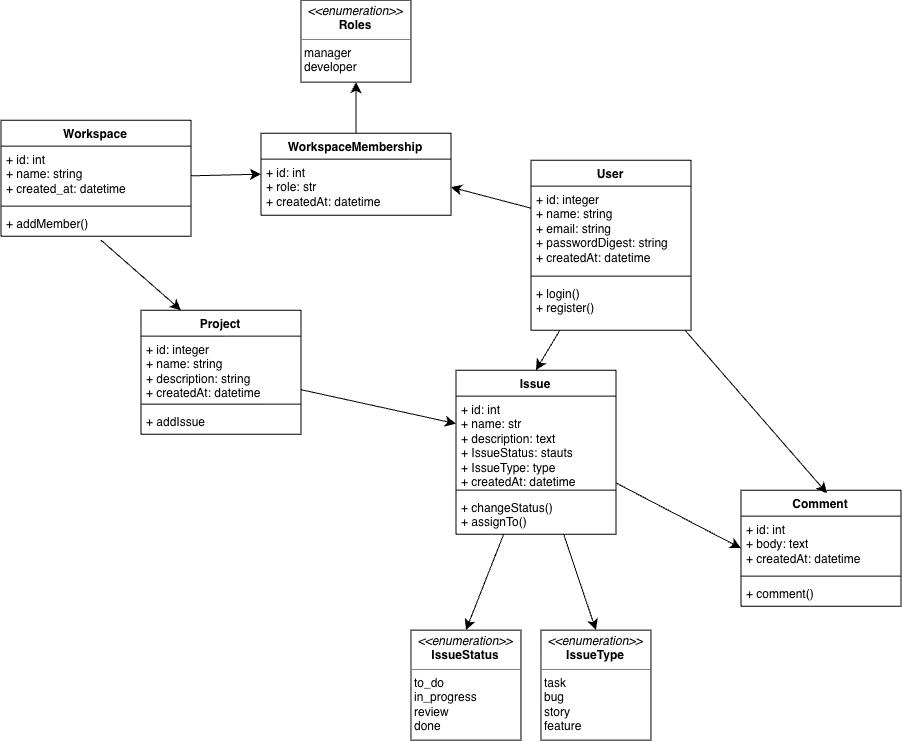
tania-macheieva/jira-like keeps this draw.io diagram as docs/images/class-diagram.png. Above is the earlier version. Source tidied: cells renumbered, new cells last; positions are measured from the earlier drawing's top-left corner, leaving out a move shared by most shapes.
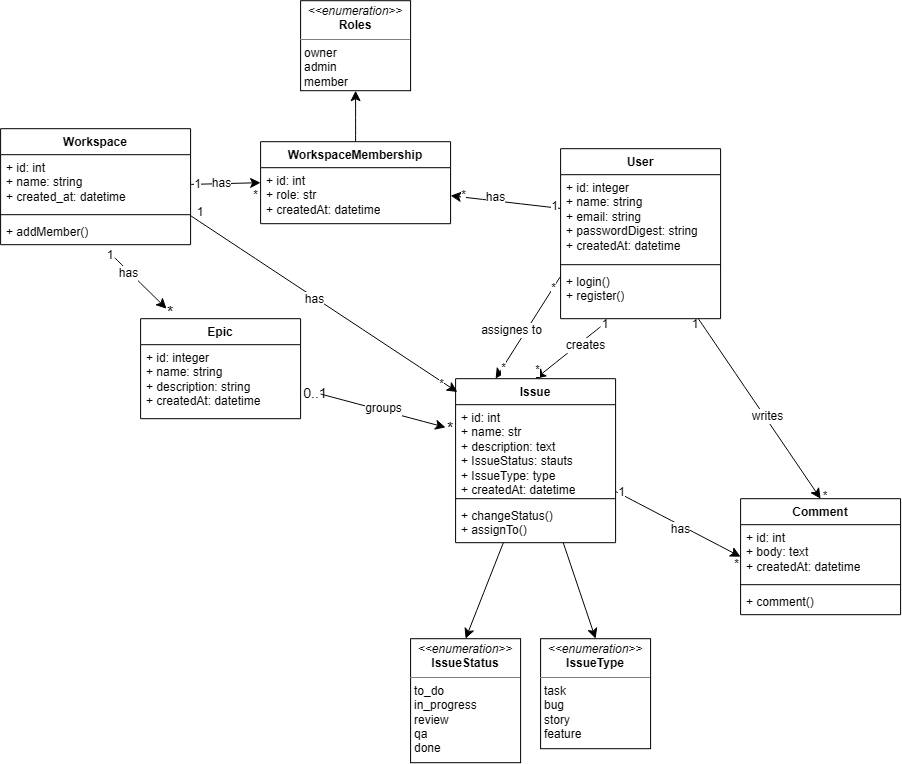
The same diagram one commit later.

What changed in the source:
```diff
@@ -2,20 +2,44 @@
   <root>
     <mxCell id="0" />
     <mxCell id="1" parent="0" />
-    <mxCell id="2" style="edgeStyle=none;curved=1;rounded=0;jettySize=auto;html=1;entryX=0.5;entryY=1;entryDx=0;entryDy=0;fontSize=12;startSize=8;endSize=8;" parent="1" edge="1" source="3" target="25">
-      <mxGeometry relative="1" as="geometry" />
-    </mxCell>
+    <mxCell id="37" style="edgeStyle=none;curved=1;rounded=0;jettySize=auto;html=1;entryX=0.5;entryY=1;entryDx=0;entryDy=0;fontSize=12;startSize=8;endSize=8;" parent="1" edge="1" source="3" target="48">
+      <mxGeometry relative="1" as="geometry" />
+    </mxCell>
     <mxCell id="3" value="WorkspaceMembership" style="swimlane;fontStyle=1;align=center;verticalAlign=top;horizontal=1;startSize=26;whiteSpace=wrap;html=1;" parent="1" vertex="1">
       <mxGeometry x="260" y="133" width="190" height="82" as="geometry" />
     </mxCell>
     <mxCell id="4" value="+ id: int&lt;div&gt;+ role: str&lt;/div&gt;&lt;div&gt;+ createdAt: datetime&lt;/div&gt;" style="text;strokeColor=none;fillColor=none;align=left;verticalAlign=top;spacingLeft=4;spacingRight=4;overflow=hidden;points=[[0,0.5],[1,0.5]];portConstraint=eastwest;whiteSpace=wrap;html=1;" parent="3" vertex="1">
       <mxGeometry y="26" width="190" height="56" as="geometry" />
     </mxCell>
+    <mxCell id="38" style="edgeStyle=none;curved=1;rounded=0;jettySize=auto;html=1;entryX=0.5;entryY=0;entryDx=0;entryDy=0;fontSize=12;startSize=8;endSize=8;" parent="1" edge="1" source="67" target="21">
+      <mxGeometry relative="1" as="geometry" />
+    </mxCell>
+    <mxCell id="39" value="creates" style="edgeLabel;html=1;align=center;verticalAlign=middle;fontSize=12;" parent="38" vertex="1">
+      <mxGeometry x="-0.55" y="1" relative="1" as="geometry">
+        <mxPoint x="-2" y="6" as="offset" />
+      </mxGeometry>
+    </mxCell>
+    <mxCell id="40" value="&lt;font style=&quot;font-size: 11px;&quot;&gt;*&lt;/font&gt;" style="edgeLabel;html=1;align=center;verticalAlign=middle;fontSize=12;" parent="38" vertex="1">
+      <mxGeometry x="0.6" relative="1" as="geometry">
+        <mxPoint x="-11" as="offset" />
+      </mxGeometry>
+    </mxCell>
-    <mxCell id="5" style="edgeStyle=none;curved=1;rounded=0;jettySize=auto;html=1;entryX=0.5;entryY=0;entryDx=0;entryDy=0;fontSize=12;startSize=8;endSize=8;" parent="1" edge="1" source="6" target="21">
+    <mxCell id="5" style="edgeStyle=none;curved=1;rounded=0;jettySize=auto;html=1;exitX=0;exitY=0.75;exitDx=0;exitDy=0;entryX=0.25;entryY=0;entryDx=0;entryDy=0;fontSize=12;startSize=8;endSize=8;" parent="1" edge="1" source="6" target="21">
       <mxGeometry relative="1" as="geometry" />
     </mxCell>
+    <mxCell id="41" value="*" style="edgeLabel;html=1;align=center;verticalAlign=middle;fontSize=12;" parent="5" vertex="1">
+      <mxGeometry x="0.79" relative="1" as="geometry" />
+    </mxCell>
+    <mxCell id="42" value="*" style="edgeLabel;html=1;align=center;verticalAlign=middle;fontSize=12;" parent="5" vertex="1">
+      <mxGeometry x="-0.77" relative="1" as="geometry" />
+    </mxCell>
+    <mxCell id="43" value="assignes to" style="edgeLabel;html=1;align=center;verticalAlign=middle;fontSize=12;" parent="5" vertex="1">
+      <mxGeometry x="-0.14" y="-1" relative="1" as="geometry">
+        <mxPoint x="-21" y="9" as="offset" />
+      </mxGeometry>
+    </mxCell>
     <mxCell id="6" value="User" style="swimlane;fontStyle=1;align=center;verticalAlign=top;horizontal=1;startSize=26;whiteSpace=wrap;html=1;" parent="1" vertex="1">
-      <mxGeometry x="530" y="160" width="160" height="170" as="geometry" />
+      <mxGeometry x="560" y="140" width="160" height="170" as="geometry" />
     </mxCell>
     <mxCell id="7" value="+ id: integer&lt;div&gt;+ name: string&lt;/div&gt;&lt;div&gt;+ email: string&lt;/div&gt;&lt;div&gt;+ passwordDigest: string&lt;/div&gt;&lt;div&gt;+ createdAt: datetime&lt;/div&gt;" style="text;strokeColor=none;fillColor=none;align=left;verticalAlign=top;spacingLeft=4;spacingRight=4;overflow=hidden;points=[[0,0.5],[1,0.5]];portConstraint=eastwest;whiteSpace=wrap;html=1;" parent="6" vertex="1">
       <mxGeometry y="26" width="160" height="86" as="geometry" />
@@ -26,21 +50,20 @@
     <mxCell id="9" value="+ login()&lt;div&gt;+ register()&lt;/div&gt;" style="text;strokeColor=none;fillColor=none;align=left;verticalAlign=top;spacingLeft=4;spacingRight=4;overflow=hidden;whiteSpace=wrap;html=1;" parent="6" vertex="1">
       <mxGeometry y="120" width="160" height="50" as="geometry" />
     </mxCell>
-    <mxCell id="10" style="edgeStyle=none;curved=1;rounded=0;jettySize=auto;html=1;fontSize=12;startSize=8;endSize=8;" parent="1" edge="1" source="11" target="22">
-      <mxGeometry relative="1" as="geometry" />
-    </mxCell>
-    <mxCell id="11" value="Project" style="swimlane;fontStyle=1;align=center;verticalAlign=top;horizontal=1;startSize=26;whiteSpace=wrap;html=1;" parent="1" vertex="1">
-      <mxGeometry x="140" y="310" width="160" height="124" as="geometry" />
-    </mxCell>
+    <mxCell id="44" style="edgeStyle=none;curved=1;rounded=0;jettySize=auto;html=1;fontSize=12;startSize=8;endSize=8;" parent="1" edge="1" source="65" target="66">
+      <mxGeometry relative="1" as="geometry" />
+    </mxCell>
+    <mxCell id="45" value="groups" style="edgeLabel;html=1;align=center;verticalAlign=middle;fontSize=12;" parent="44" vertex="1">
+      <mxGeometry x="-0.55" relative="1" as="geometry">
+        <mxPoint x="35" y="6" as="offset" />
+      </mxGeometry>
+    </mxCell>
+    <mxCell id="46" value="Epic" style="swimlane;fontStyle=1;align=center;verticalAlign=top;horizontal=1;startSize=26;whiteSpace=wrap;html=1;" parent="1" vertex="1">
+      <mxGeometry x="140" y="310" width="160" height="100" as="geometry" />
+    </mxCell>
-    <mxCell id="12" value="+ id: integer&lt;div&gt;+ name: string&lt;/div&gt;&lt;div&gt;+ description: string&lt;/div&gt;&lt;div&gt;+ createdAt: datetime&lt;/div&gt;" style="text;strokeColor=none;fillColor=none;align=left;verticalAlign=top;spacingLeft=4;spacingRight=4;overflow=hidden;whiteSpace=wrap;html=1;" parent="11" vertex="1">
-      <mxGeometry y="26" width="160" height="64" as="geometry" />
+    <mxCell id="12" value="+ id: integer&lt;div&gt;+ name: string&lt;/div&gt;&lt;div&gt;+ description: string&lt;/div&gt;&lt;div&gt;+ createdAt: datetime&lt;/div&gt;" style="text;strokeColor=none;fillColor=none;align=left;verticalAlign=top;spacingLeft=4;spacingRight=4;overflow=hidden;whiteSpace=wrap;html=1;" parent="46" vertex="1">
+      <mxGeometry y="26" width="160" height="74" as="geometry" />
     </mxCell>
-    <mxCell id="13" style="line;strokeWidth=1;fillColor=none;align=left;verticalAlign=middle;spacingTop=-1;spacingLeft=3;spacingRight=3;labelPosition=right;strokeColor=inherit;" parent="11" vertex="1">
-      <mxGeometry y="90" width="160" height="8" as="geometry" />
-    </mxCell>
-    <mxCell id="14" value="+ addIssue" style="text;strokeColor=none;fillColor=none;align=left;verticalAlign=top;spacingLeft=4;spacingRight=4;overflow=hidden;whiteSpace=wrap;html=1;" parent="11" vertex="1">
-      <mxGeometry y="98" width="160" height="26" as="geometry" />
-    </mxCell>
     <mxCell id="15" value="Workspace" style="swimlane;fontStyle=1;align=center;verticalAlign=top;horizontal=1;startSize=26;whiteSpace=wrap;html=1;" parent="1" vertex="1">
       <mxGeometry y="120" width="190" height="116" as="geometry" />
     </mxCell>
@@ -53,9 +76,9 @@
     <mxCell id="18" value="+ addMember()" style="text;strokeColor=none;fillColor=none;align=left;verticalAlign=top;spacingLeft=4;spacingRight=4;overflow=hidden;whiteSpace=wrap;html=1;" parent="15" vertex="1">
       <mxGeometry y="90" width="190" height="26" as="geometry" />
     </mxCell>
-    <mxCell id="19" style="edgeStyle=none;curved=1;rounded=0;jettySize=auto;html=1;entryX=0.5;entryY=0;entryDx=0;entryDy=0;fontSize=12;startSize=8;endSize=8;" parent="1" edge="1" source="21" target="27">
-      <mxGeometry relative="1" as="geometry" />
-    </mxCell>
+    <mxCell id="47" style="edgeStyle=none;curved=1;rounded=0;jettySize=auto;html=1;entryX=0.5;entryY=0;entryDx=0;entryDy=0;fontSize=12;startSize=8;endSize=8;" parent="1" edge="1" source="21" target="49">
+      <mxGeometry relative="1" as="geometry" />
+    </mxCell>
     <mxCell id="20" style="edgeStyle=none;curved=1;rounded=0;jettySize=auto;html=1;entryX=0.5;entryY=0;entryDx=0;entryDy=0;fontSize=12;startSize=8;endSize=8;" parent="1" edge="1" source="21" target="26">
       <mxGeometry relative="1" as="geometry" />
     </mxCell>
@@ -71,15 +94,15 @@
     <mxCell id="24" value="+ changeStatus()&lt;div&gt;+ assignTo()&lt;/div&gt;" style="text;strokeColor=none;fillColor=none;align=left;verticalAlign=top;spacingLeft=4;spacingRight=4;overflow=hidden;whiteSpace=wrap;html=1;" parent="21" vertex="1">
       <mxGeometry y="124" width="160" height="40" as="geometry" />
     </mxCell>
-    <mxCell id="25" value="&lt;p style=&quot;margin:0px;margin-top:4px;text-align:center;&quot;&gt;&lt;i&gt;&amp;lt;&amp;lt;enumeration&amp;gt;&amp;gt;&lt;/i&gt;&lt;br&gt;&lt;b&gt;Roles&lt;/b&gt;&lt;/p&gt;&lt;hr size=&quot;1&quot; style=&quot;border-style:solid;&quot;&gt;&lt;p style=&quot;margin:0px;margin-left:4px;&quot;&gt;manager&lt;/p&gt;&lt;p style=&quot;margin:0px;margin-left:4px;&quot;&gt;developer&lt;/p&gt;" style="verticalAlign=top;align=left;overflow=fill;html=1;whiteSpace=wrap;" parent="1" vertex="1">
-      <mxGeometry x="300" width="110" height="82" as="geometry" />
-    </mxCell>
+    <mxCell id="48" value="&lt;p style=&quot;margin:0px;margin-top:4px;text-align:center;&quot;&gt;&lt;i&gt;&amp;lt;&amp;lt;enumeration&amp;gt;&amp;gt;&lt;/i&gt;&lt;br&gt;&lt;b&gt;Roles&lt;/b&gt;&lt;/p&gt;&lt;hr size=&quot;1&quot; style=&quot;border-style:solid;&quot;&gt;&lt;p style=&quot;margin:0px;margin-left:4px;&quot;&gt;owner&lt;/p&gt;&lt;p style=&quot;margin:0px;margin-left:4px;&quot;&gt;admin&lt;/p&gt;&lt;p style=&quot;margin:0px;margin-left:4px;&quot;&gt;member&lt;/p&gt;" style="verticalAlign=top;align=left;overflow=fill;html=1;whiteSpace=wrap;" parent="1" vertex="1">
+      <mxGeometry x="300" y="-8" width="110" height="90" as="geometry" />
+    </mxCell>
     <mxCell id="26" value="&lt;p style=&quot;margin:0px;margin-top:4px;text-align:center;&quot;&gt;&lt;i&gt;&amp;lt;&amp;lt;enumeration&amp;gt;&amp;gt;&lt;/i&gt;&lt;br&gt;&lt;b&gt;IssueType&lt;/b&gt;&lt;/p&gt;&lt;hr size=&quot;1&quot; style=&quot;border-style:solid;&quot;&gt;&lt;p style=&quot;margin:0px;margin-left:4px;&quot;&gt;task&lt;/p&gt;&lt;p style=&quot;margin:0px;margin-left:4px;&quot;&gt;bug&lt;/p&gt;&lt;p style=&quot;margin:0px;margin-left:4px;&quot;&gt;story&lt;/p&gt;&lt;p style=&quot;margin:0px;margin-left:4px;&quot;&gt;feature&lt;/p&gt;" style="verticalAlign=top;align=left;overflow=fill;html=1;whiteSpace=wrap;" parent="1" vertex="1">
       <mxGeometry x="540" y="630" width="110" height="110" as="geometry" />
     </mxCell>
-    <mxCell id="27" value="&lt;p style=&quot;margin:0px;margin-top:4px;text-align:center;&quot;&gt;&lt;i&gt;&amp;lt;&amp;lt;enumeration&amp;gt;&amp;gt;&lt;/i&gt;&lt;br&gt;&lt;b&gt;IssueStatus&lt;/b&gt;&lt;/p&gt;&lt;hr size=&quot;1&quot; style=&quot;border-style:solid;&quot;&gt;&lt;p style=&quot;margin:0px;margin-left:4px;&quot;&gt;to_do&lt;/p&gt;&lt;p style=&quot;margin:0px;margin-left:4px;&quot;&gt;in_progress&lt;/p&gt;&lt;p style=&quot;margin:0px;margin-left:4px;&quot;&gt;review&lt;/p&gt;&lt;p style=&quot;margin:0px;margin-left:4px;&quot;&gt;done&lt;/p&gt;" style="verticalAlign=top;align=left;overflow=fill;html=1;whiteSpace=wrap;" parent="1" vertex="1">
-      <mxGeometry x="410" y="630" width="110" height="110" as="geometry" />
-    </mxCell>
+    <mxCell id="49" value="&lt;p style=&quot;margin:0px;margin-top:4px;text-align:center;&quot;&gt;&lt;i&gt;&amp;lt;&amp;lt;enumeration&amp;gt;&amp;gt;&lt;/i&gt;&lt;br&gt;&lt;b&gt;IssueStatus&lt;/b&gt;&lt;/p&gt;&lt;hr size=&quot;1&quot; style=&quot;border-style:solid;&quot;&gt;&lt;p style=&quot;margin:0px;margin-left:4px;&quot;&gt;to_do&lt;/p&gt;&lt;p style=&quot;margin:0px;margin-left:4px;&quot;&gt;in_progress&lt;/p&gt;&lt;p style=&quot;margin:0px;margin-left:4px;&quot;&gt;review&lt;br&gt;qa&lt;/p&gt;&lt;p style=&quot;margin:0px;margin-left:4px;&quot;&gt;done&lt;/p&gt;" style="verticalAlign=top;align=left;overflow=fill;html=1;whiteSpace=wrap;" parent="1" vertex="1">
+      <mxGeometry x="410" y="630" width="110" height="124" as="geometry" />
+    </mxCell>
     <mxCell id="28" value="Comment" style="swimlane;fontStyle=1;align=center;verticalAlign=top;horizontal=1;startSize=26;whiteSpace=wrap;html=1;" parent="1" vertex="1">
       <mxGeometry x="740" y="490" width="160" height="116" as="geometry" />
     </mxCell>
@@ -92,22 +115,98 @@
     <mxCell id="31" value="+ comment()" style="text;strokeColor=none;fillColor=none;align=left;verticalAlign=top;spacingLeft=4;spacingRight=4;overflow=hidden;whiteSpace=wrap;html=1;" parent="28" vertex="1">
       <mxGeometry y="90" width="160" height="26" as="geometry" />
     </mxCell>
-    <mxCell id="32" style="edgeStyle=none;curved=1;rounded=0;jettySize=auto;html=1;entryX=0;entryY=0.5;entryDx=0;entryDy=0;fontSize=12;startSize=8;endSize=8;" parent="1" edge="1" source="15" target="3">
-      <mxGeometry relative="1" as="geometry" />
-    </mxCell>
-    <mxCell id="33" style="edgeStyle=none;curved=1;rounded=0;jettySize=auto;html=1;fontSize=12;startSize=8;endSize=8;entryX=0.25;entryY=0;entryDx=0;entryDy=0;" parent="1" edge="1" target="11">
-      <mxGeometry relative="1" as="geometry">
-        <mxPoint x="100" y="240" as="sourcePoint" />
-      </mxGeometry>
-    </mxCell>
+    <mxCell id="50" value="1" style="edgeStyle=none;curved=1;rounded=0;jettySize=auto;html=1;entryX=0;entryY=0.5;entryDx=0;entryDy=0;fontSize=12;startSize=8;endSize=8;" parent="1" edge="1" target="3">
+      <mxGeometry relative="1" as="geometry">
+        <mxPoint x="190" y="175.7" as="sourcePoint" />
+      </mxGeometry>
+    </mxCell>
+    <mxCell id="51" value="has" style="edgeLabel;html=1;align=center;verticalAlign=middle;fontSize=12;" parent="50" vertex="1">
+      <mxGeometry x="-0.59" y="1" relative="1" as="geometry">
+        <mxPoint x="16" as="offset" />
+      </mxGeometry>
+    </mxCell>
+    <mxCell id="52" value="*" style="edgeLabel;html=1;align=center;verticalAlign=middle;fontSize=12;" parent="50" vertex="1">
+      <mxGeometry x="0.64" y="-1" relative="1" as="geometry">
+        <mxPoint x="7" y="11" as="offset" />
+      </mxGeometry>
+    </mxCell>
+    <mxCell id="53" value="1" style="edgeLabel;html=1;align=center;verticalAlign=middle;fontSize=12;" parent="50" vertex="1">
+      <mxGeometry x="-0.85" relative="1" as="geometry" />
+    </mxCell>
+    <mxCell id="54" style="edgeStyle=none;curved=1;rounded=0;jettySize=auto;html=1;fontSize=12;startSize=8;endSize=8;" parent="1" edge="1" source="64" target="63">
+      <mxGeometry relative="1" as="geometry" />
+    </mxCell>
+    <mxCell id="55" value="has" style="edgeLabel;html=1;align=center;verticalAlign=middle;fontSize=12;" parent="54" vertex="1">
+      <mxGeometry x="-0.45" y="-2" relative="1" as="geometry" />
+    </mxCell>
     <mxCell id="34" style="edgeStyle=none;curved=1;rounded=0;jettySize=auto;html=1;entryX=0;entryY=0.5;entryDx=0;entryDy=0;fontSize=12;startSize=8;endSize=8;" parent="1" edge="1" source="22" target="28">
       <mxGeometry relative="1" as="geometry" />
     </mxCell>
+    <mxCell id="56" value="1" style="edgeLabel;html=1;align=center;verticalAlign=middle;fontSize=12;" parent="34" vertex="1">
+      <mxGeometry x="-0.94" y="2" relative="1" as="geometry" />
+    </mxCell>
+    <mxCell id="57" value="*" style="edgeLabel;html=1;align=center;verticalAlign=middle;fontSize=12;" parent="34" vertex="1">
+      <mxGeometry x="0.85" relative="1" as="geometry">
+        <mxPoint x="5" y="12" as="offset" />
+      </mxGeometry>
+    </mxCell>
+    <mxCell id="58" value="has" style="edgeLabel;html=1;align=center;verticalAlign=middle;fontSize=12;" parent="34" vertex="1">
+      <mxGeometry x="0.04" y="-1" relative="1" as="geometry">
+        <mxPoint y="3" as="offset" />
+      </mxGeometry>
+    </mxCell>
-    <mxCell id="35" style="edgeStyle=none;curved=1;rounded=0;jettySize=auto;html=1;entryX=0.538;entryY=0.027;entryDx=0;entryDy=0;entryPerimeter=0;fontSize=12;startSize=8;endSize=8;" parent="1" edge="1" source="6" target="28">
+    <mxCell id="35" style="edgeStyle=none;curved=1;rounded=0;jettySize=auto;html=1;fontSize=12;startSize=8;endSize=8;entryX=0.5;entryY=0;entryDx=0;entryDy=0;" parent="1" edge="1" source="6" target="28">
       <mxGeometry relative="1" as="geometry" />
     </mxCell>
+    <mxCell id="59" value="writes" style="edgeLabel;html=1;align=center;verticalAlign=middle;fontSize=12;" parent="35" vertex="1">
+      <mxGeometry x="0.09" y="2" relative="1" as="geometry" />
+    </mxCell>
     <mxCell id="36" style="edgeStyle=none;curved=1;rounded=0;jettySize=auto;html=1;entryX=1;entryY=0.5;entryDx=0;entryDy=0;fontSize=12;startSize=8;endSize=8;" parent="1" edge="1" source="7" target="4">
       <mxGeometry relative="1" as="geometry" />
     </mxCell>
+    <mxCell id="60" value="has" style="edgeLabel;html=1;align=center;verticalAlign=middle;fontSize=12;" parent="36" vertex="1">
+      <mxGeometry x="0.21" y="-4" relative="1" as="geometry" />
+    </mxCell>
+    <mxCell id="61" value="1" style="edgeLabel;html=1;align=center;verticalAlign=middle;fontSize=12;" parent="36" vertex="1">
+      <mxGeometry x="-0.88" y="-2" relative="1" as="geometry">
+        <mxPoint x="-1" as="offset" />
+      </mxGeometry>
+    </mxCell>
+    <mxCell id="62" value="*" style="edgeLabel;html=1;align=center;verticalAlign=middle;fontSize=12;" parent="36" vertex="1">
+      <mxGeometry x="0.78" y="-2" relative="1" as="geometry" />
+    </mxCell>
+    <mxCell id="63" value="*" style="text;html=1;whiteSpace=wrap;strokeColor=none;fillColor=none;align=center;verticalAlign=middle;rounded=0;fontSize=16;" parent="1" vertex="1">
+      <mxGeometry x="150" y="300" width="40" height="8" as="geometry" />
+    </mxCell>
+    <mxCell id="64" value="&lt;font style=&quot;font-size: 12px;&quot;&gt;1&lt;/font&gt;" style="text;html=1;whiteSpace=wrap;strokeColor=none;fillColor=none;align=center;verticalAlign=middle;rounded=0;fontSize=16;" parent="1" vertex="1">
+      <mxGeometry x="100" y="241" width="20" height="8" as="geometry" />
+    </mxCell>
+    <mxCell id="65" value="&lt;font style=&quot;font-size: 14px;&quot;&gt;0..1&lt;/font&gt;" style="text;html=1;whiteSpace=wrap;strokeColor=none;fillColor=none;align=center;verticalAlign=middle;rounded=0;fontSize=16;" parent="1" vertex="1">
+      <mxGeometry x="310" y="380" width="10" height="8" as="geometry" />
+    </mxCell>
+    <mxCell id="66" value="*" style="text;html=1;whiteSpace=wrap;strokeColor=none;fillColor=none;align=center;verticalAlign=middle;rounded=0;fontSize=16;" parent="1" vertex="1">
+      <mxGeometry x="445" y="410" width="10" height="20" as="geometry" />
+    </mxCell>
+    <mxCell id="67" value="&lt;font style=&quot;font-size: 12px;&quot;&gt;1&lt;/font&gt;" style="text;html=1;whiteSpace=wrap;strokeColor=none;fillColor=none;align=center;verticalAlign=middle;rounded=0;fontSize=16;" parent="1" vertex="1">
+      <mxGeometry x="590" y="310" width="30" height="8" as="geometry" />
+    </mxCell>
+    <mxCell id="68" value="&lt;font style=&quot;font-size: 12px;&quot;&gt;1&lt;/font&gt;" style="text;html=1;whiteSpace=wrap;strokeColor=none;fillColor=none;align=center;verticalAlign=middle;rounded=0;fontSize=16;" parent="1" vertex="1">
+      <mxGeometry x="690" y="310" width="10" height="8" as="geometry" />
+    </mxCell>
+    <mxCell id="69" value="&lt;font style=&quot;font-size: 12px;&quot;&gt;*&lt;/font&gt;" style="text;html=1;whiteSpace=wrap;strokeColor=none;fillColor=none;align=center;verticalAlign=middle;rounded=0;fontSize=16;" parent="1" vertex="1">
+      <mxGeometry x="820" y="482" width="10" height="8" as="geometry" />
+    </mxCell>
+    <mxCell id="70" style="edgeStyle=none;curved=1;rounded=0;jettySize=auto;html=1;exitX=1;exitY=0.75;exitDx=0;exitDy=0;entryX=0.011;entryY=0.081;entryDx=0;entryDy=0;entryPerimeter=0;fontSize=12;startSize=8;endSize=8;" parent="1" edge="1" source="15" target="21">
+      <mxGeometry relative="1" as="geometry" />
+    </mxCell>
+    <mxCell id="71" value="has" style="edgeLabel;html=1;align=center;verticalAlign=middle;fontSize=12;" parent="70" vertex="1">
+      <mxGeometry x="-0.07" y="-1" relative="1" as="geometry" />
+    </mxCell>
+    <mxCell id="72" value="*" style="edgeLabel;html=1;align=center;verticalAlign=middle;fontSize=12;" parent="70" vertex="1">
+      <mxGeometry x="0.89" y="-2" relative="1" as="geometry" />
+    </mxCell>
+    <mxCell id="73" value="&lt;font style=&quot;font-size: 12px;&quot;&gt;1&lt;/font&gt;" style="text;html=1;whiteSpace=wrap;strokeColor=none;fillColor=none;align=center;verticalAlign=middle;rounded=0;fontSize=16;" parent="1" vertex="1">
+      <mxGeometry x="180" y="189" width="40" height="26" as="geometry" />
+    </mxCell>
   </root>
 </mxGraphModel>
```
